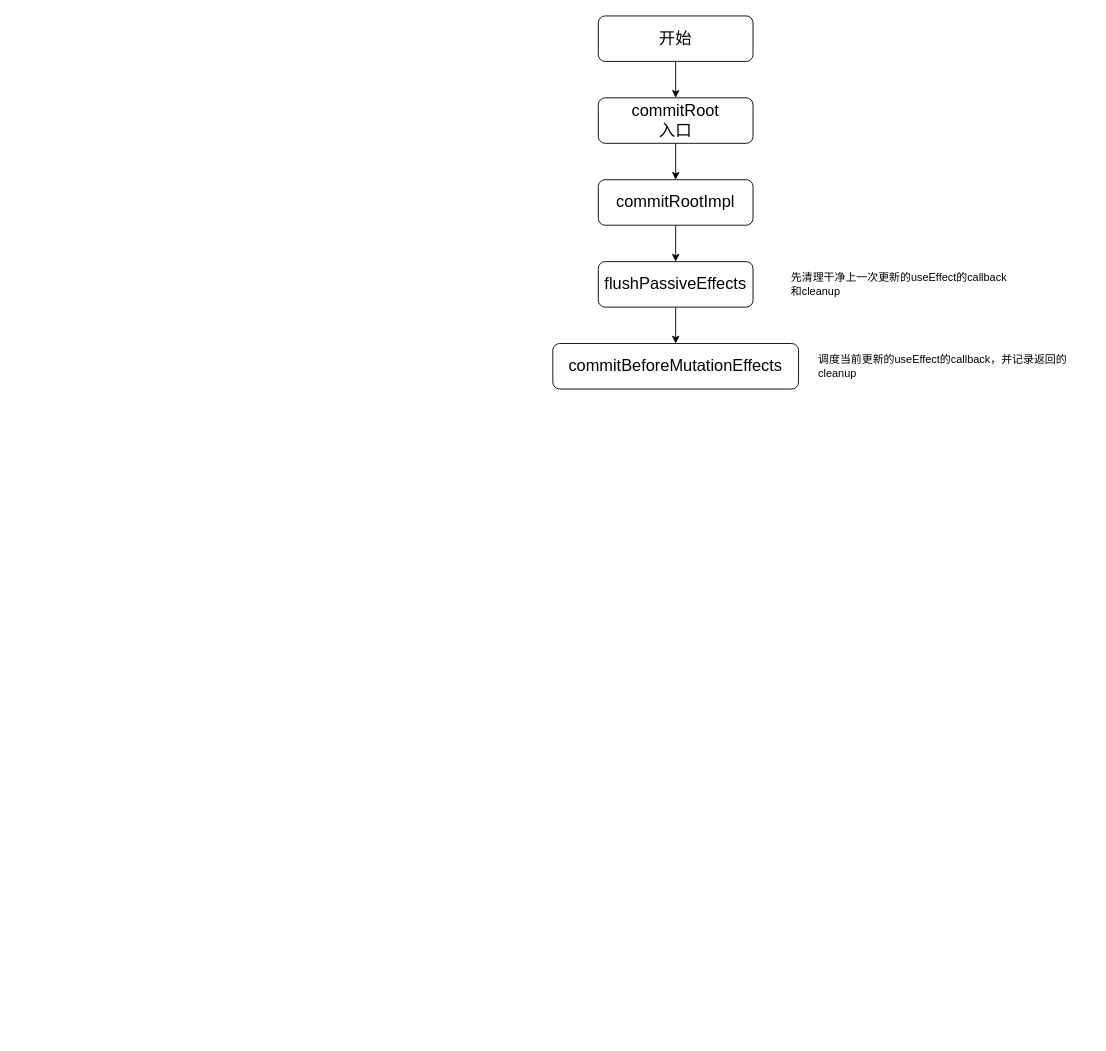
Before: react_commit阶段流程.drawio in akon0076/draw-io, a draw.io diagram. Source tidied: cells renumbered, new cells numbered last; positions are measured from the earlier drawing's top-left corner, leaving out a move shared by most shapes. Both pictures are drawn from the tidied source at 91%, with x=0, y=0 at pixel (552, 15).
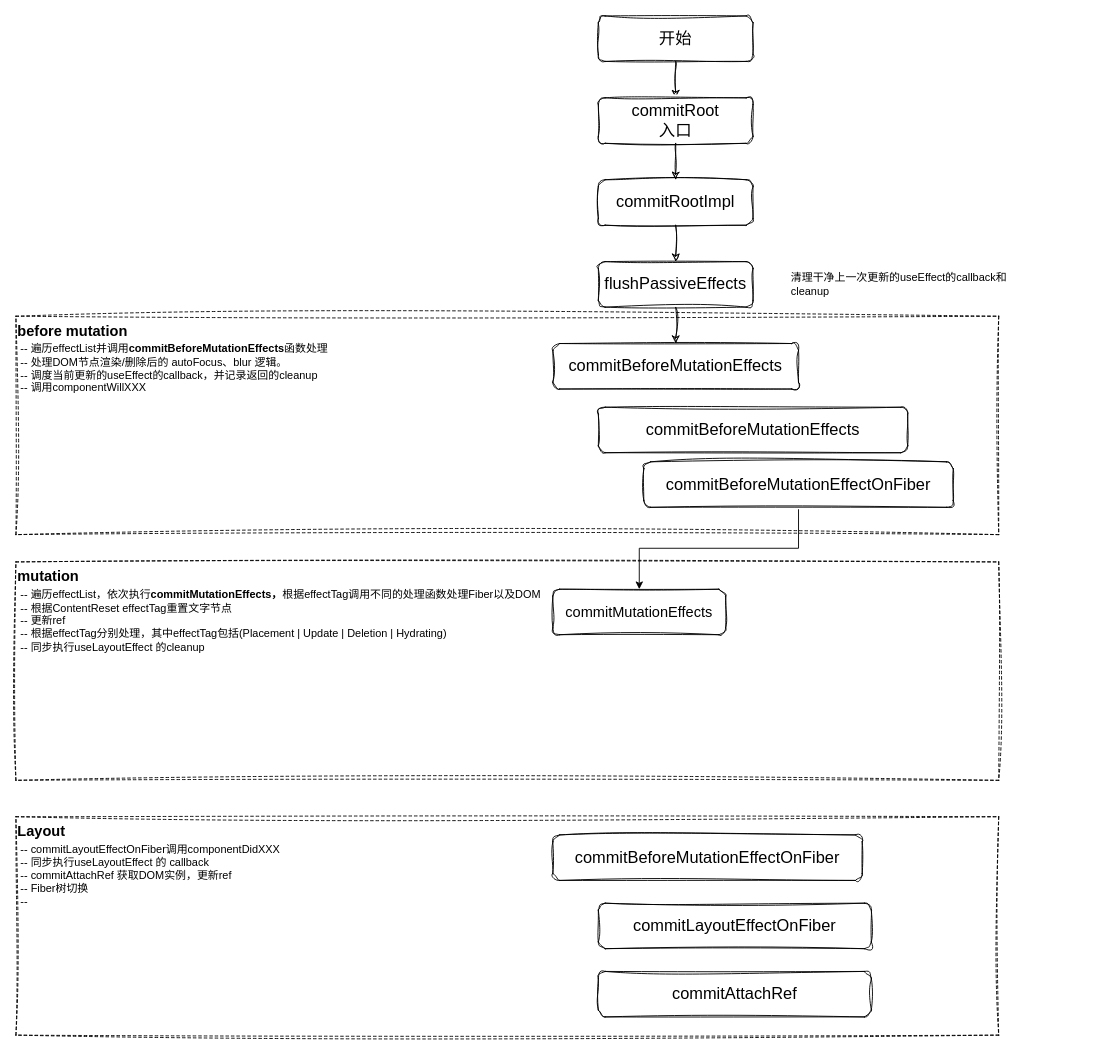
The same page after the edit.

Commit message (it also covers changes not shown here):
更新react_commit阶段流程.drawio

Change to the diagram source:
```diff
@@
+    <mxCell id="13" value="&lt;div style=&quot;&quot;&gt;&lt;b style=&quot;font-size: 16px;&quot;&gt;before mutation&lt;br&gt;&lt;/b&gt;&amp;nbsp;--&amp;nbsp;&lt;font&gt;&lt;span class=&quot;s1&quot; style=&quot;background-color: transparent; color: light-dark(rgb(0, 0, 0), rgb(255, 255, 255)); font-variant-numeric: normal; font-variant-east-asian: normal; font-variant-alternates: normal; font-size-adjust: none; font-language-override: normal; font-kerning: auto; font-optical-sizing: auto; font-feature-settings: normal; font-variation-settings: normal; font-variant-position: normal; font-variant-emoji: normal; font-stretch: normal; line-height: normal; font-family: &amp;quot;PingFang SC&amp;quot;;&quot;&gt;遍历&lt;/span&gt;&lt;span style=&quot;background-color: transparent; color: light-dark(rgb(0, 0, 0), rgb(255, 255, 255));&quot;&gt;effectList&lt;/span&gt;&lt;span class=&quot;s1&quot; style=&quot;background-color: transparent; color: light-dark(rgb(0, 0, 0), rgb(255, 255, 255)); font-variant-numeric: normal; font-variant-east-asian: normal; font-variant-alternates: normal; font-size-adjust: none; font-language-override: normal; font-kerning: auto; font-optical-sizing: auto; font-feature-settings: normal; font-variation-settings: normal; font-variant-position: normal; font-variant-emoji: normal; font-stretch: normal; line-height: normal; font-family: &amp;quot;PingFang SC&amp;quot;;&quot;&gt;并调用&lt;/span&gt;&lt;span style=&quot;background-color: transparent; color: light-dark(rgb(0, 0, 0), rgb(255, 255, 255));&quot;&gt;&lt;b&gt;commitBeforeMutationEffects&lt;/b&gt;&lt;/span&gt;&lt;span class=&quot;s1&quot; style=&quot;background-color: transparent; color: light-dark(rgb(0, 0, 0), rgb(255, 255, 255)); font-variant-numeric: normal; font-variant-east-asian: normal; font-variant-alternates: normal; font-size-adjust: none; font-language-override: normal; font-kerning: auto; font-optical-sizing: auto; font-feature-settings: normal; font-variation-settings: normal; font-variant-position: normal; font-variant-emoji: normal; font-stretch: normal; line-height: normal; font-family: &amp;quot;PingFang SC&amp;quot;;&quot;&gt;函数处理&lt;/span&gt;&lt;/font&gt;&lt;br&gt;&amp;nbsp;-- 处理DOM节点渲染/删除后的 autoFocus、blur 逻辑。&lt;/div&gt;&lt;span style=&quot;&quot;&gt;&amp;nbsp;-- 调度当前更新的useEffect的callback，并记录返回的cleanup&lt;/span&gt;&lt;div&gt;&lt;span style=&quot;&quot;&gt;&amp;nbsp;-- 调用&lt;/span&gt;&lt;span style=&quot;background-color: transparent;&quot;&gt;componentWillXXX&lt;/span&gt;&lt;/div&gt;" style="whiteSpace=wrap;html=1;align=left;verticalAlign=top;sketch=1;curveFitting=1;jiggle=2;dashed=1;" parent="1" vertex="1">
+      <mxGeometry x="-590" y="330" width="1080" height="240" as="geometry" />
+    </mxCell>
+    <mxCell id="14" value="&lt;div style=&quot;&quot;&gt;&lt;b style=&quot;font-size: 16px;&quot;&gt;mutation&lt;/b&gt;&lt;br&gt;&lt;font&gt;&lt;span class=&quot;s1&quot; style=&quot;background-color: transparent; color: light-dark(rgb(0, 0, 0), rgb(255, 255, 255)); font-variant-numeric: normal; font-variant-east-asian: normal; font-variant-alternates: normal; font-size-adjust: none; font-language-override: normal; font-kerning: auto; font-optical-sizing: auto; font-feature-settings: normal; font-variation-settings: normal; font-variant-position: normal; font-variant-emoji: normal; font-stretch: normal; line-height: normal;&quot;&gt;&amp;nbsp;--&amp;nbsp;&lt;/span&gt;&lt;span class=&quot;s1&quot; style=&quot;background-color: transparent; color: light-dark(rgb(0, 0, 0), rgb(255, 255, 255)); font-variant-numeric: normal; font-variant-east-asian: normal; font-variant-alternates: normal; font-size-adjust: none; font-language-override: normal; font-kerning: auto; font-optical-sizing: auto; font-feature-settings: normal; font-variation-settings: normal; font-variant-position: normal; font-variant-emoji: normal; font-stretch: normal; line-height: normal; font-family: &amp;quot;PingFang SC&amp;quot;;&quot;&gt;遍历&lt;/span&gt;&lt;span style=&quot;background-color: transparent; color: light-dark(rgb(0, 0, 0), rgb(255, 255, 255));&quot;&gt;effectList&lt;/span&gt;&lt;span class=&quot;s1&quot; style=&quot;background-color: transparent; color: light-dark(rgb(0, 0, 0), rgb(255, 255, 255)); font-variant-numeric: normal; font-variant-east-asian: normal; font-variant-alternates: normal; font-size-adjust: none; font-language-override: normal; font-kerning: auto; font-optical-sizing: auto; font-feature-settings: normal; font-variation-settings: normal; font-variant-position: normal; font-variant-emoji: normal; font-stretch: normal; line-height: normal; font-family: &amp;quot;PingFang SC&amp;quot;;&quot;&gt;，依次执行&lt;/span&gt;&lt;font style=&quot;color: rgb(0, 0, 0);&quot;&gt;&lt;b&gt;commitMutationEffects，&lt;/b&gt;&lt;/font&gt;根据effectTag调用不同的处理函数处理Fiber以及DOM&lt;/font&gt;&lt;/div&gt;&lt;div style=&quot;&quot;&gt;&lt;font&gt;&amp;nbsp;--&amp;nbsp;根据ContentReset effectTag重置文字节点&lt;/font&gt;&lt;/div&gt;&lt;div style=&quot;&quot;&gt;&lt;font&gt;&amp;nbsp;-- 更新ref&lt;/font&gt;&lt;/div&gt;&lt;div style=&quot;&quot;&gt;&lt;font&gt;&amp;nbsp;--&amp;nbsp;根据effectTag分别处理，其中effectTag包括(Placement | Update | Deletion | Hydrating)&lt;/font&gt;&lt;/div&gt;&lt;div style=&quot;&quot;&gt;&lt;font&gt;&amp;nbsp;-- 同步执行useLayoutEffect 的cleanup&lt;/font&gt;&lt;/div&gt;" style="whiteSpace=wrap;html=1;align=left;verticalAlign=top;sketch=1;curveFitting=1;jiggle=2;dashed=1;" parent="1" vertex="1">
+      <mxGeometry x="-590" y="600" width="1080" height="240" as="geometry" />
+    </mxCell>
+    <mxCell id="15" style="edgeStyle=orthogonalEdgeStyle;rounded=0;jettySize=auto;html=1;exitX=0.5;exitY=1;exitDx=0;exitDy=0;" parent="1" edge="1" source="18" target="17">
+      <mxGeometry relative="1" as="geometry" />
+    </mxCell>
-    <mxCell id="2" style="edgeStyle=orthogonalEdgeStyle;rounded=0;jettySize=auto;html=1;" parent="1" edge="1" source="3" target="5">
+    <mxCell id="2" style="edgeStyle=orthogonalEdgeStyle;rounded=0;jettySize=auto;html=1;sketch=1;curveFitting=1;jiggle=2;" parent="1" edge="1" source="3" target="5">
       <mxGeometry relative="1" as="geometry" />
     </mxCell>
-    <mxCell id="3" value="开始" style="rounded=1;whiteSpace=wrap;html=1;fontSize=18;" parent="1" vertex="1">
+    <mxCell id="3" value="开始" style="rounded=1;whiteSpace=wrap;html=1;fontSize=18;sketch=1;curveFitting=1;jiggle=2;" parent="1" vertex="1">
       <mxGeometry x="50" width="170" height="50" as="geometry" />
     </mxCell>
-    <mxCell id="4" style="edgeStyle=orthogonalEdgeStyle;rounded=0;jettySize=auto;html=1;" parent="1" edge="1" source="5" target="7">
+    <mxCell id="4" style="edgeStyle=orthogonalEdgeStyle;rounded=0;jettySize=auto;html=1;sketch=1;curveFitting=1;jiggle=2;" parent="1" edge="1" source="5" target="7">
       <mxGeometry relative="1" as="geometry" />
     </mxCell>
-    <mxCell id="5" value="commitRoot&lt;br&gt;入口" style="rounded=1;whiteSpace=wrap;html=1;fontSize=18;" parent="1" vertex="1">
+    <mxCell id="5" value="commitRoot&lt;br&gt;入口" style="rounded=1;whiteSpace=wrap;html=1;fontSize=18;sketch=1;curveFitting=1;jiggle=2;" parent="1" vertex="1">
       <mxGeometry x="50" y="90" width="170" height="50" as="geometry" />
     </mxCell>
-    <mxCell id="6" style="edgeStyle=orthogonalEdgeStyle;rounded=0;jettySize=auto;html=1;" parent="1" edge="1" source="7" target="10">
+    <mxCell id="6" style="edgeStyle=orthogonalEdgeStyle;rounded=0;jettySize=auto;html=1;sketch=1;curveFitting=1;jiggle=2;" parent="1" edge="1" source="7" target="10">
       <mxGeometry relative="1" as="geometry" />
     </mxCell>
-    <mxCell id="7" value="commitRootImpl" style="rounded=1;whiteSpace=wrap;html=1;fontSize=18;" parent="1" vertex="1">
+    <mxCell id="7" value="commitRootImpl" style="rounded=1;whiteSpace=wrap;html=1;fontSize=18;sketch=1;curveFitting=1;jiggle=2;" parent="1" vertex="1">
       <mxGeometry x="50" y="180" width="170" height="50" as="geometry" />
     </mxCell>
-    <mxCell id="8" value="先清理干净上一次更新的useEffect的callback和cleanup" style="text;html=1;whiteSpace=wrap;strokeColor=none;fillColor=none;align=left;verticalAlign=middle;rounded=0;" parent="1" vertex="1">
+    <mxCell id="8" value="清理干净上一次更新的useEffect的callback和cleanup" style="text;html=1;whiteSpace=wrap;strokeColor=none;fillColor=none;align=left;verticalAlign=middle;rounded=0;sketch=1;curveFitting=1;jiggle=2;" parent="1" vertex="1">
       <mxGeometry x="260" y="280" width="240" height="30" as="geometry" />
     </mxCell>
-    <mxCell id="9" style="edgeStyle=orthogonalEdgeStyle;rounded=0;jettySize=auto;html=1;" parent="1" edge="1" source="10" target="11">
+    <mxCell id="9" style="edgeStyle=orthogonalEdgeStyle;rounded=0;jettySize=auto;html=1;sketch=1;curveFitting=1;jiggle=2;" parent="1" edge="1" source="10" target="11">
       <mxGeometry relative="1" as="geometry" />
     </mxCell>
-    <mxCell id="10" value="flushPassiveEffects" style="rounded=1;whiteSpace=wrap;html=1;fontSize=18;" parent="1" vertex="1">
+    <mxCell id="10" value="flushPassiveEffects" style="rounded=1;whiteSpace=wrap;html=1;fontSize=18;sketch=1;curveFitting=1;jiggle=2;" parent="1" vertex="1">
       <mxGeometry x="50" y="270" width="170" height="50" as="geometry" />
     </mxCell>
-    <mxCell id="11" value="commitBeforeMutationEffects" style="rounded=1;whiteSpace=wrap;html=1;fontSize=18;" parent="1" vertex="1">
+    <mxCell id="11" value="commitBeforeMutationEffects" style="rounded=1;whiteSpace=wrap;html=1;fontSize=18;sketch=1;curveFitting=1;jiggle=2;" parent="1" vertex="1">
       <mxGeometry y="360" width="270" height="50" as="geometry" />
     </mxCell>
-    <mxCell id="12" value="调度当前更新的useEffect的callback，并记录返回的cleanup" style="text;html=1;whiteSpace=wrap;strokeColor=none;fillColor=none;align=left;verticalAlign=middle;rounded=0;" parent="1" vertex="1">
-      <mxGeometry x="290" y="370" width="300" height="30" as="geometry" />
-    </mxCell>
+    <mxCell id="16" value="commitBeforeMutationEffects" style="rounded=1;whiteSpace=wrap;html=1;fontSize=18;sketch=1;curveFitting=1;jiggle=2;" parent="1" vertex="1">
+      <mxGeometry x="50" y="430" width="340" height="50" as="geometry" />
+    </mxCell>
+    <mxCell id="17" value="&lt;p class=&quot;p1&quot; style=&quot;margin: 0px; font-variant-numeric: normal; font-variant-east-asian: normal; font-variant-alternates: normal; font-size-adjust: none; font-language-override: normal; font-kerning: auto; font-optical-sizing: auto; font-feature-settings: normal; font-variation-settings: normal; font-variant-position: normal; font-variant-emoji: normal; font-stretch: normal; font-size: 16px; line-height: normal; text-align: start;&quot;&gt;commitMutationEffects&lt;/p&gt;" style="rounded=1;whiteSpace=wrap;html=1;fontSize=18;sketch=1;curveFitting=1;jiggle=2;" parent="1" vertex="1">
+      <mxGeometry y="630" width="190" height="50" as="geometry" />
+    </mxCell>
+    <mxCell id="18" value="commitBeforeMutationEffectOnFiber" style="rounded=1;whiteSpace=wrap;html=1;fontSize=18;sketch=1;curveFitting=1;jiggle=2;" parent="1" vertex="1">
+      <mxGeometry x="100" y="490" width="340" height="50" as="geometry" />
+    </mxCell>
+    <mxCell id="19" value="&lt;div style=&quot;&quot;&gt;&lt;b style=&quot;font-size: 16px;&quot;&gt;Layout&lt;/b&gt;&lt;br&gt;&lt;font&gt;&lt;span class=&quot;s1&quot; style=&quot;background-color: transparent; color: light-dark(rgb(0, 0, 0), rgb(255, 255, 255)); font-variant-numeric: normal; font-variant-east-asian: normal; font-variant-alternates: normal; font-size-adjust: none; font-language-override: normal; font-kerning: auto; font-optical-sizing: auto; font-feature-settings: normal; font-variation-settings: normal; font-variant-position: normal; font-variant-emoji: normal; font-stretch: normal; line-height: normal;&quot;&gt;&amp;nbsp;--&amp;nbsp;commitLayoutEffectOnFiber调用componentDidXXX&lt;/span&gt;&lt;/font&gt;&lt;/div&gt;&lt;div style=&quot;&quot;&gt;&lt;span style=&quot;background-color: transparent; color: light-dark(rgb(0, 0, 0), rgb(255, 255, 255));&quot;&gt;&amp;nbsp;-- 同步执行useLayoutEffect 的 callback&lt;/span&gt;&lt;/div&gt;&lt;div style=&quot;&quot;&gt;&lt;font&gt;&amp;nbsp;--&amp;nbsp;&lt;/font&gt;&lt;span style=&quot;background-color: transparent; color: light-dark(rgb(0, 0, 0), rgb(255, 255, 255));&quot;&gt;commitAttachRef 获取DOM实例，更新ref&lt;/span&gt;&lt;/div&gt;&lt;div style=&quot;&quot;&gt;&lt;font&gt;&amp;nbsp;-- Fiber树切换&lt;/font&gt;&lt;/div&gt;&lt;div style=&quot;&quot;&gt;&lt;font&gt;&amp;nbsp;--&amp;nbsp;&lt;/font&gt;&lt;/div&gt;" style="whiteSpace=wrap;html=1;align=left;verticalAlign=top;sketch=1;curveFitting=1;jiggle=2;dashed=1;" parent="1" vertex="1">
+      <mxGeometry x="-590" y="880" width="1080" height="240" as="geometry" />
+    </mxCell>
+    <mxCell id="20" value="commitBeforeMutationEffectOnFiber" style="rounded=1;whiteSpace=wrap;html=1;fontSize=18;sketch=1;curveFitting=1;jiggle=2;" parent="1" vertex="1">
+      <mxGeometry y="900" width="340" height="50" as="geometry" />
+    </mxCell>
+    <mxCell id="21" value="commitLayoutEffectOnFiber" style="rounded=1;whiteSpace=wrap;html=1;fontSize=18;sketch=1;curveFitting=1;jiggle=2;" parent="1" vertex="1">
+      <mxGeometry x="50" y="975" width="300" height="50" as="geometry" />
+    </mxCell>
+    <mxCell id="22" value="&lt;div&gt;commitAttachRef&lt;/div&gt;" style="rounded=1;whiteSpace=wrap;html=1;fontSize=18;sketch=1;curveFitting=1;jiggle=2;" parent="1" vertex="1">
+      <mxGeometry x="50" y="1050" width="300" height="50" as="geometry" />
+    </mxCell>
```
